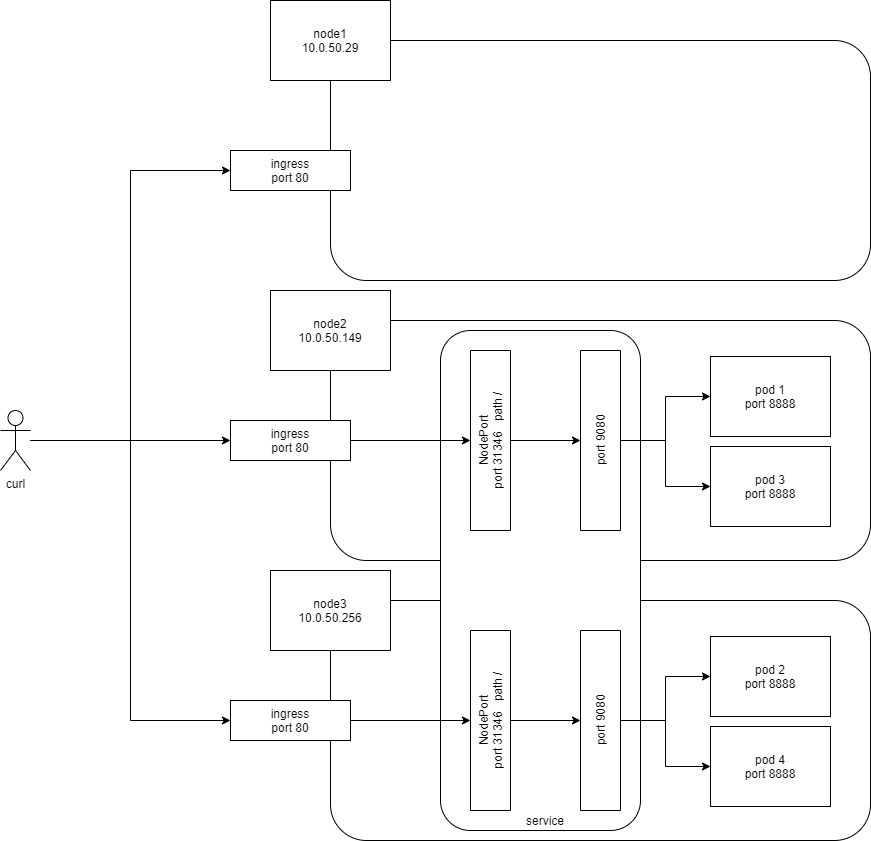
nicc777/kubernetes-from-scratch keeps this draw.io diagram as chapter_05/network_traffic.png. Above is the earlier version. Source tidied: cells renumbered, new cells last; positions are measured from the earlier drawing's top-left corner, leaving out a move shared by most shapes. The source it was exported from:
```xml
<mxGraphModel>
  <root>
    <mxCell id="0" />
    <mxCell id="1" parent="0" />
    <mxCell id="2" style="rounded=1;whiteSpace=wrap;html=1;" parent="1" vertex="1">
      <mxGeometry x="330" y="600" width="540" height="240" as="geometry" />
    </mxCell>
    <mxCell id="3" style="rounded=1;whiteSpace=wrap;html=1;" parent="1" vertex="1">
      <mxGeometry x="330" y="320" width="540" height="240" as="geometry" />
    </mxCell>
    <mxCell id="4" style="rounded=1;whiteSpace=wrap;html=1;" parent="1" vertex="1">
      <mxGeometry x="440" y="330" width="200" height="500" as="geometry" />
    </mxCell>
    <mxCell id="5" style="rounded=1;whiteSpace=wrap;html=1;" parent="1" vertex="1">
      <mxGeometry x="330" y="40" width="540" height="240" as="geometry" />
    </mxCell>
    <mxCell id="6" value="node1&lt;br&gt;10.0.50.29" style="rounded=0;whiteSpace=wrap;html=1;" parent="1" vertex="1">
      <mxGeometry x="270" width="120" height="80" as="geometry" />
    </mxCell>
    <mxCell id="7" value="node3&lt;br&gt;10.0.50.256" style="rounded=0;whiteSpace=wrap;html=1;" parent="1" vertex="1">
      <mxGeometry x="270" y="570" width="120" height="80" as="geometry" />
    </mxCell>
    <mxCell id="8" value="node2&lt;br&gt;10.0.50.149" style="rounded=0;whiteSpace=wrap;html=1;" parent="1" vertex="1">
      <mxGeometry x="270" y="290" width="120" height="80" as="geometry" />
    </mxCell>
    <mxCell id="9" value="pod 1&lt;br&gt;port 8888" style="rounded=0;whiteSpace=wrap;html=1;" parent="1" vertex="1">
      <mxGeometry x="710" y="356" width="120" height="80" as="geometry" />
    </mxCell>
    <mxCell id="10" value="pod 3&lt;br&gt;port 8888" style="rounded=0;whiteSpace=wrap;html=1;" parent="1" vertex="1">
      <mxGeometry x="710" y="446" width="120" height="80" as="geometry" />
    </mxCell>
    <mxCell id="11" value="pod 2&lt;br&gt;port 8888" style="rounded=0;whiteSpace=wrap;html=1;" parent="1" vertex="1">
      <mxGeometry x="710" y="636" width="120" height="80" as="geometry" />
    </mxCell>
    <mxCell id="12" value="pod 4&lt;br&gt;port 8888" style="rounded=0;whiteSpace=wrap;html=1;" parent="1" vertex="1">
      <mxGeometry x="710" y="726" width="120" height="80" as="geometry" />
    </mxCell>
    <mxCell id="13" style="edgeStyle=orthogonalEdgeStyle;rounded=0;jettySize=auto;html=1;entryX=0.5;entryY=0;entryDx=0;entryDy=0;" parent="1" edge="1" source="14" target="28">
      <mxGeometry relative="1" as="geometry" />
    </mxCell>
    <mxCell id="14" value="ingress&lt;br&gt;port 80" style="rounded=0;whiteSpace=wrap;html=1;" parent="1" vertex="1">
      <mxGeometry x="230" y="700" width="120" height="40" as="geometry" />
    </mxCell>
    <mxCell id="15" style="edgeStyle=orthogonalEdgeStyle;rounded=0;jettySize=auto;html=1;entryX=0.5;entryY=0;entryDx=0;entryDy=0;" parent="1" edge="1" source="16" target="26">
      <mxGeometry relative="1" as="geometry" />
    </mxCell>
    <mxCell id="16" value="ingress&lt;br&gt;port 80" style="rounded=0;whiteSpace=wrap;html=1;" parent="1" vertex="1">
      <mxGeometry x="230" y="420" width="120" height="40" as="geometry" />
    </mxCell>
    <mxCell id="17" value="ingress&lt;br&gt;port 80" style="rounded=0;whiteSpace=wrap;html=1;" parent="1" vertex="1">
      <mxGeometry x="230" y="150" width="120" height="40" as="geometry" />
    </mxCell>
    <mxCell id="18" style="edgeStyle=orthogonalEdgeStyle;rounded=0;jettySize=auto;html=1;entryX=0;entryY=0.5;entryDx=0;entryDy=0;" parent="1" edge="1" source="20" target="11">
      <mxGeometry relative="1" as="geometry" />
    </mxCell>
    <mxCell id="19" style="edgeStyle=orthogonalEdgeStyle;rounded=0;jettySize=auto;html=1;entryX=0;entryY=0.5;entryDx=0;entryDy=0;" parent="1" edge="1" source="20" target="12">
      <mxGeometry relative="1" as="geometry" />
    </mxCell>
    <mxCell id="20" value="port 9080" style="rounded=0;whiteSpace=wrap;html=1;rotation=-90;" parent="1" vertex="1">
      <mxGeometry x="510" y="700" width="180" height="40" as="geometry" />
    </mxCell>
    <mxCell id="21" style="edgeStyle=orthogonalEdgeStyle;rounded=0;jettySize=auto;html=1;entryX=0;entryY=0.5;entryDx=0;entryDy=0;" parent="1" edge="1" source="24" target="17">
      <mxGeometry relative="1" as="geometry" />
    </mxCell>
    <mxCell id="22" style="edgeStyle=orthogonalEdgeStyle;rounded=0;jettySize=auto;html=1;entryX=0;entryY=0.5;entryDx=0;entryDy=0;" parent="1" edge="1" source="24" target="16">
      <mxGeometry relative="1" as="geometry" />
    </mxCell>
    <mxCell id="23" style="edgeStyle=orthogonalEdgeStyle;rounded=0;jettySize=auto;html=1;entryX=0;entryY=0.5;entryDx=0;entryDy=0;" parent="1" edge="1" source="24" target="14">
      <mxGeometry relative="1" as="geometry" />
    </mxCell>
    <mxCell id="24" value="curl" style="shape=umlActor;verticalLabelPosition=bottom;verticalAlign=top;html=1;outlineConnect=0;" parent="1" vertex="1">
      <mxGeometry y="410" width="30" height="60" as="geometry" />
    </mxCell>
    <mxCell id="25" style="edgeStyle=orthogonalEdgeStyle;rounded=0;jettySize=auto;html=1;entryX=0.5;entryY=0;entryDx=0;entryDy=0;" parent="1" edge="1" source="26" target="31">
      <mxGeometry relative="1" as="geometry" />
    </mxCell>
    <mxCell id="26" value="NodePort&lt;br&gt;port 31346&amp;nbsp; &amp;nbsp;path /" style="rounded=0;whiteSpace=wrap;html=1;rotation=-90;" parent="1" vertex="1">
      <mxGeometry x="400" y="420" width="180" height="40" as="geometry" />
    </mxCell>
    <mxCell id="27" style="edgeStyle=orthogonalEdgeStyle;rounded=0;jettySize=auto;html=1;entryX=0.5;entryY=0;entryDx=0;entryDy=0;" parent="1" edge="1" source="28" target="20">
      <mxGeometry relative="1" as="geometry" />
    </mxCell>
    <mxCell id="28" value="NodePort&lt;br&gt;port 31346&amp;nbsp; &amp;nbsp;path /" style="rounded=0;whiteSpace=wrap;html=1;rotation=-90;" parent="1" vertex="1">
      <mxGeometry x="400" y="700" width="180" height="40" as="geometry" />
    </mxCell>
    <mxCell id="29" style="edgeStyle=orthogonalEdgeStyle;rounded=0;jettySize=auto;html=1;entryX=0;entryY=0.5;entryDx=0;entryDy=0;" parent="1" edge="1" source="31" target="9">
      <mxGeometry relative="1" as="geometry" />
    </mxCell>
    <mxCell id="30" style="edgeStyle=orthogonalEdgeStyle;rounded=0;jettySize=auto;html=1;entryX=0;entryY=0.5;entryDx=0;entryDy=0;" parent="1" edge="1" source="31" target="10">
      <mxGeometry relative="1" as="geometry" />
    </mxCell>
    <mxCell id="31" value="port 9080" style="rounded=0;whiteSpace=wrap;html=1;rotation=-90;" parent="1" vertex="1">
      <mxGeometry x="510" y="420" width="180" height="40" as="geometry" />
    </mxCell>
    <mxCell id="32" value="service" style="text;html=1;strokeColor=none;fillColor=none;align=center;verticalAlign=middle;whiteSpace=wrap;rounded=0;" parent="1" vertex="1">
      <mxGeometry x="525" y="810" width="40" height="20" as="geometry" />
    </mxCell>
  </root>
</mxGraphModel>
```
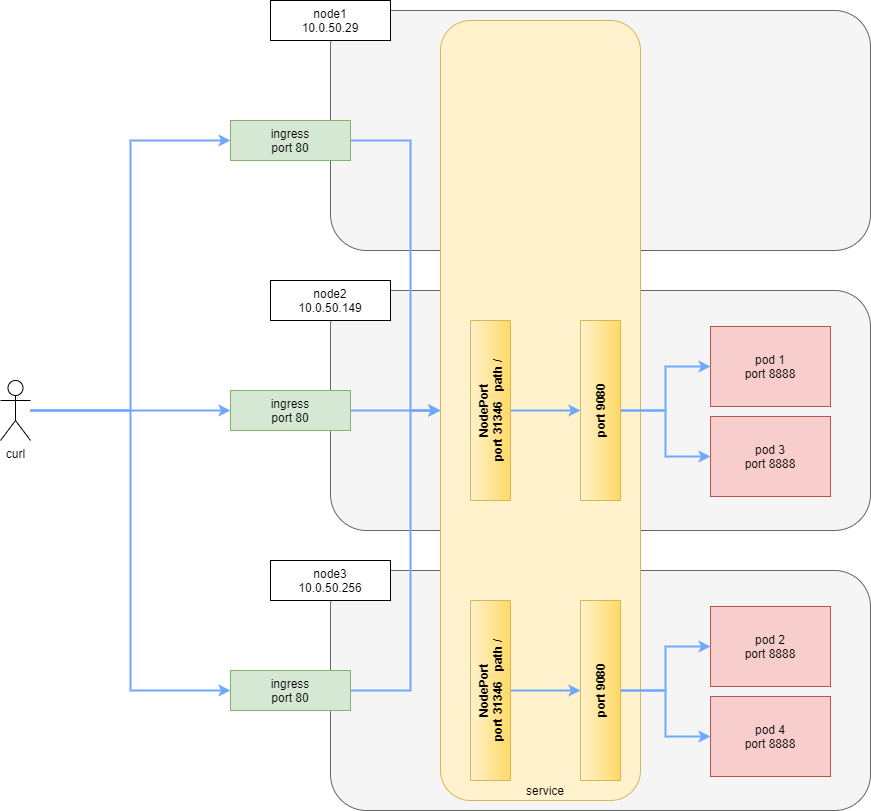
Later version of the same file.

Commit message:
Updated network traffic diagram

The edit, as a diff of the source:
```diff
@@ -2,98 +2,111 @@
   <root>
     <mxCell id="0" />
     <mxCell id="1" parent="0" />
-    <mxCell id="2" style="rounded=1;whiteSpace=wrap;html=1;" parent="1" vertex="1">
-      <mxGeometry x="330" y="600" width="540" height="240" as="geometry" />
+    <mxCell id="2" style="rounded=1;whiteSpace=wrap;html=1;fillColor=#f5f5f5;strokeColor=#666666;fontColor=#333333;" parent="1" vertex="1">
+      <mxGeometry x="330" y="40" width="540" height="240" as="geometry" />
     </mxCell>
-    <mxCell id="3" style="rounded=1;whiteSpace=wrap;html=1;" parent="1" vertex="1">
-      <mxGeometry x="330" y="320" width="540" height="240" as="geometry" />
+    <mxCell id="3" style="rounded=1;whiteSpace=wrap;html=1;fillColor=#f5f5f5;strokeColor=#666666;fontColor=#333333;" parent="1" vertex="1">
+      <mxGeometry x="330" y="600" width="540" height="240" as="geometry" />
     </mxCell>
-    <mxCell id="4" style="rounded=1;whiteSpace=wrap;html=1;" parent="1" vertex="1">
-      <mxGeometry x="440" y="330" width="200" height="500" as="geometry" />
+    <mxCell id="4" style="rounded=1;whiteSpace=wrap;html=1;fillColor=#f5f5f5;strokeColor=#666666;fontColor=#333333;" parent="1" vertex="1">
+      <mxGeometry x="330" y="320" width="540" height="240" as="geometry" />
     </mxCell>
-    <mxCell id="5" style="rounded=1;whiteSpace=wrap;html=1;" parent="1" vertex="1">
-      <mxGeometry x="330" y="40" width="540" height="240" as="geometry" />
+    <mxCell id="5" style="rounded=1;whiteSpace=wrap;html=1;fillColor=#fff2cc;strokeColor=#d6b656;" parent="1" vertex="1">
+      <mxGeometry x="440" y="50" width="200" height="780" as="geometry" />
     </mxCell>
     <mxCell id="6" value="node1&lt;br&gt;10.0.50.29" style="rounded=0;whiteSpace=wrap;html=1;" parent="1" vertex="1">
-      <mxGeometry x="270" width="120" height="80" as="geometry" />
+      <mxGeometry x="270" y="30" width="120" height="40" as="geometry" />
     </mxCell>
     <mxCell id="7" value="node3&lt;br&gt;10.0.50.256" style="rounded=0;whiteSpace=wrap;html=1;" parent="1" vertex="1">
-      <mxGeometry x="270" y="570" width="120" height="80" as="geometry" />
+      <mxGeometry x="270" y="590" width="120" height="40" as="geometry" />
     </mxCell>
     <mxCell id="8" value="node2&lt;br&gt;10.0.50.149" style="rounded=0;whiteSpace=wrap;html=1;" parent="1" vertex="1">
-      <mxGeometry x="270" y="290" width="120" height="80" as="geometry" />
+      <mxGeometry x="270" y="310" width="120" height="40" as="geometry" />
     </mxCell>
-    <mxCell id="9" value="pod 1&lt;br&gt;port 8888" style="rounded=0;whiteSpace=wrap;html=1;" parent="1" vertex="1">
+    <mxCell id="9" value="pod 1&lt;br&gt;port 8888" style="rounded=0;whiteSpace=wrap;html=1;fillColor=#f8cecc;strokeColor=#b85450;" parent="1" vertex="1">
       <mxGeometry x="710" y="356" width="120" height="80" as="geometry" />
     </mxCell>
-    <mxCell id="10" value="pod 3&lt;br&gt;port 8888" style="rounded=0;whiteSpace=wrap;html=1;" parent="1" vertex="1">
+    <mxCell id="10" value="pod 3&lt;br&gt;port 8888" style="rounded=0;whiteSpace=wrap;html=1;fillColor=#f8cecc;strokeColor=#b85450;" parent="1" vertex="1">
       <mxGeometry x="710" y="446" width="120" height="80" as="geometry" />
     </mxCell>
-    <mxCell id="11" value="pod 2&lt;br&gt;port 8888" style="rounded=0;whiteSpace=wrap;html=1;" parent="1" vertex="1">
+    <mxCell id="11" value="pod 2&lt;br&gt;port 8888" style="rounded=0;whiteSpace=wrap;html=1;fillColor=#f8cecc;strokeColor=#b85450;" parent="1" vertex="1">
       <mxGeometry x="710" y="636" width="120" height="80" as="geometry" />
     </mxCell>
-    <mxCell id="12" value="pod 4&lt;br&gt;port 8888" style="rounded=0;whiteSpace=wrap;html=1;" parent="1" vertex="1">
+    <mxCell id="12" value="pod 4&lt;br&gt;port 8888" style="rounded=0;whiteSpace=wrap;html=1;fillColor=#f8cecc;strokeColor=#b85450;" parent="1" vertex="1">
       <mxGeometry x="710" y="726" width="120" height="80" as="geometry" />
     </mxCell>
-    <mxCell id="13" style="edgeStyle=orthogonalEdgeStyle;rounded=0;jettySize=auto;html=1;entryX=0.5;entryY=0;entryDx=0;entryDy=0;" parent="1" edge="1" source="14" target="28">
-      <mxGeometry relative="1" as="geometry" />
+    <mxCell id="13" style="edgeStyle=orthogonalEdgeStyle;rounded=0;jettySize=auto;html=1;entryX=0;entryY=0.5;entryDx=0;entryDy=0;strokeWidth=2;strokeColor=#6EA8FF;" parent="1" edge="1" source="14" target="5">
+      <mxGeometry relative="1" as="geometry">
+        <Array as="points">
+          <mxPoint x="410" y="720" />
+          <mxPoint x="410" y="440" />
+        </Array>
+      </mxGeometry>
     </mxCell>
-    <mxCell id="14" value="ingress&lt;br&gt;port 80" style="rounded=0;whiteSpace=wrap;html=1;" parent="1" vertex="1">
+    <mxCell id="14" value="ingress&lt;br&gt;port 80" style="rounded=0;whiteSpace=wrap;html=1;fillColor=#d5e8d4;strokeColor=#82b366;" parent="1" vertex="1">
       <mxGeometry x="230" y="700" width="120" height="40" as="geometry" />
     </mxCell>
-    <mxCell id="15" style="edgeStyle=orthogonalEdgeStyle;rounded=0;jettySize=auto;html=1;entryX=0.5;entryY=0;entryDx=0;entryDy=0;" parent="1" edge="1" source="16" target="26">
+    <mxCell id="15" style="edgeStyle=orthogonalEdgeStyle;rounded=0;jettySize=auto;html=1;entryX=0;entryY=0.5;entryDx=0;entryDy=0;strokeWidth=2;strokeColor=#6EA8FF;" parent="1" edge="1" source="16" target="5">
       <mxGeometry relative="1" as="geometry" />
     </mxCell>
-    <mxCell id="16" value="ingress&lt;br&gt;port 80" style="rounded=0;whiteSpace=wrap;html=1;" parent="1" vertex="1">
+    <mxCell id="16" value="ingress&lt;br&gt;port 80" style="rounded=0;whiteSpace=wrap;html=1;fillColor=#d5e8d4;strokeColor=#82b366;" parent="1" vertex="1">
       <mxGeometry x="230" y="420" width="120" height="40" as="geometry" />
     </mxCell>
-    <mxCell id="17" value="ingress&lt;br&gt;port 80" style="rounded=0;whiteSpace=wrap;html=1;" parent="1" vertex="1">
-      <mxGeometry x="230" y="150" width="120" height="40" as="geometry" />
+    <mxCell id="17" style="edgeStyle=orthogonalEdgeStyle;rounded=0;jettySize=auto;html=1;entryX=0;entryY=0.5;entryDx=0;entryDy=0;strokeWidth=2;strokeColor=#6EA8FF;" parent="1" edge="1" source="18" target="5">
+      <mxGeometry relative="1" as="geometry">
+        <Array as="points">
+          <mxPoint x="410" y="170" />
+          <mxPoint x="410" y="440" />
+        </Array>
+      </mxGeometry>
     </mxCell>
-    <mxCell id="18" style="edgeStyle=orthogonalEdgeStyle;rounded=0;jettySize=auto;html=1;entryX=0;entryY=0.5;entryDx=0;entryDy=0;" parent="1" edge="1" source="20" target="11">
-      <mxGeometry relative="1" as="geometry" />
+    <mxCell id="18" value="ingress&lt;br&gt;port 80" style="rounded=0;whiteSpace=wrap;html=1;fillColor=#d5e8d4;strokeColor=#82b366;" parent="1" vertex="1">
+      <mxGeometry x="230" y="150" width="120" height="40" as="geometry" />
     </mxCell>
-    <mxCell id="19" style="edgeStyle=orthogonalEdgeStyle;rounded=0;jettySize=auto;html=1;entryX=0;entryY=0.5;entryDx=0;entryDy=0;" parent="1" edge="1" source="20" target="12">
+    <mxCell id="19" style="edgeStyle=orthogonalEdgeStyle;rounded=0;jettySize=auto;html=1;entryX=0;entryY=0.5;entryDx=0;entryDy=0;strokeWidth=2;strokeColor=#6EA8FF;" parent="1" edge="1" source="21" target="11">
       <mxGeometry relative="1" as="geometry" />
     </mxCell>
-    <mxCell id="20" value="port 9080" style="rounded=0;whiteSpace=wrap;html=1;rotation=-90;" parent="1" vertex="1">
-      <mxGeometry x="510" y="700" width="180" height="40" as="geometry" />
+    <mxCell id="20" style="edgeStyle=orthogonalEdgeStyle;rounded=0;jettySize=auto;html=1;entryX=0;entryY=0.5;entryDx=0;entryDy=0;strokeWidth=2;strokeColor=#6EA8FF;" parent="1" edge="1" source="21" target="12">
+      <mxGeometry relative="1" as="geometry" />
     </mxCell>
-    <mxCell id="21" style="edgeStyle=orthogonalEdgeStyle;rounded=0;jettySize=auto;html=1;entryX=0;entryY=0.5;entryDx=0;entryDy=0;" parent="1" edge="1" source="24" target="17">
-      <mxGeometry relative="1" as="geometry" />
+    <mxCell id="21" value="port 9080" style="rounded=0;whiteSpace=wrap;html=1;rotation=-90;gradientColor=#ffd966;fillColor=#fff2cc;strokeColor=#d6b656;fontStyle=1;" parent="1" vertex="1">
+      <mxGeometry x="510" y="700" width="180" height="40" as="geometry" />
     </mxCell>
-    <mxCell id="22" style="edgeStyle=orthogonalEdgeStyle;rounded=0;jettySize=auto;html=1;entryX=0;entryY=0.5;entryDx=0;entryDy=0;" parent="1" edge="1" source="24" target="16">
+    <mxCell id="22" style="edgeStyle=orthogonalEdgeStyle;rounded=0;jettySize=auto;html=1;entryX=0;entryY=0.5;entryDx=0;entryDy=0;strokeWidth=2;strokeColor=#6EA8FF;" parent="1" edge="1" source="25" target="18">
       <mxGeometry relative="1" as="geometry" />
     </mxCell>
-    <mxCell id="23" style="edgeStyle=orthogonalEdgeStyle;rounded=0;jettySize=auto;html=1;entryX=0;entryY=0.5;entryDx=0;entryDy=0;" parent="1" edge="1" source="24" target="14">
+    <mxCell id="23" style="edgeStyle=orthogonalEdgeStyle;rounded=0;jettySize=auto;html=1;entryX=0;entryY=0.5;entryDx=0;entryDy=0;strokeWidth=2;strokeColor=#6EA8FF;" parent="1" edge="1" source="25" target="16">
       <mxGeometry relative="1" as="geometry" />
     </mxCell>
-    <mxCell id="24" value="curl" style="shape=umlActor;verticalLabelPosition=bottom;verticalAlign=top;html=1;outlineConnect=0;" parent="1" vertex="1">
-      <mxGeometry y="410" width="30" height="60" as="geometry" />
+    <mxCell id="24" style="edgeStyle=orthogonalEdgeStyle;rounded=0;jettySize=auto;html=1;entryX=0;entryY=0.5;entryDx=0;entryDy=0;strokeWidth=2;strokeColor=#6EA8FF;" parent="1" edge="1" source="25" target="14">
+      <mxGeometry relative="1" as="geometry" />
     </mxCell>
-    <mxCell id="25" style="edgeStyle=orthogonalEdgeStyle;rounded=0;jettySize=auto;html=1;entryX=0.5;entryY=0;entryDx=0;entryDy=0;" parent="1" edge="1" source="26" target="31">
-      <mxGeometry relative="1" as="geometry" />
+    <mxCell id="25" value="curl" style="shape=umlActor;verticalLabelPosition=bottom;verticalAlign=top;html=1;outlineConnect=0;" parent="1" vertex="1">
+      <mxGeometry y="410" width="30" height="60" as="geometry" />
     </mxCell>
-    <mxCell id="26" value="NodePort&lt;br&gt;port 31346&amp;nbsp; &amp;nbsp;path /" style="rounded=0;whiteSpace=wrap;html=1;rotation=-90;" parent="1" vertex="1">
-      <mxGeometry x="400" y="420" width="180" height="40" as="geometry" />
+    <mxCell id="26" style="edgeStyle=orthogonalEdgeStyle;rounded=0;jettySize=auto;html=1;entryX=0.5;entryY=0;entryDx=0;entryDy=0;strokeWidth=2;strokeColor=#6EA8FF;" parent="1" edge="1" source="27" target="32">
+      <mxGeometry relative="1" as="geometry" />
     </mxCell>
-    <mxCell id="27" style="edgeStyle=orthogonalEdgeStyle;rounded=0;jettySize=auto;html=1;entryX=0.5;entryY=0;entryDx=0;entryDy=0;" parent="1" edge="1" source="28" target="20">
-      <mxGeometry relative="1" as="geometry" />
+    <mxCell id="27" value="NodePort&lt;br&gt;port 31346&amp;nbsp; &amp;nbsp;path /" style="rounded=0;whiteSpace=wrap;html=1;rotation=-90;gradientColor=#ffd966;fillColor=#fff2cc;strokeColor=#d6b656;fontStyle=1;" parent="1" vertex="1">
+      <mxGeometry x="400" y="420" width="180" height="40" as="geometry" />
     </mxCell>
-    <mxCell id="28" value="NodePort&lt;br&gt;port 31346&amp;nbsp; &amp;nbsp;path /" style="rounded=0;whiteSpace=wrap;html=1;rotation=-90;" parent="1" vertex="1">
-      <mxGeometry x="400" y="700" width="180" height="40" as="geometry" />
+    <mxCell id="28" style="edgeStyle=orthogonalEdgeStyle;rounded=0;jettySize=auto;html=1;entryX=0.5;entryY=0;entryDx=0;entryDy=0;strokeWidth=2;strokeColor=#6EA8FF;" parent="1" edge="1" source="29" target="21">
+      <mxGeometry relative="1" as="geometry" />
     </mxCell>
-    <mxCell id="29" style="edgeStyle=orthogonalEdgeStyle;rounded=0;jettySize=auto;html=1;entryX=0;entryY=0.5;entryDx=0;entryDy=0;" parent="1" edge="1" source="31" target="9">
-      <mxGeometry relative="1" as="geometry" />
+    <mxCell id="29" value="NodePort&lt;br&gt;port 31346&amp;nbsp; &amp;nbsp;path /" style="rounded=0;whiteSpace=wrap;html=1;rotation=-90;gradientColor=#ffd966;fillColor=#fff2cc;strokeColor=#d6b656;fontStyle=1;" parent="1" vertex="1">
+      <mxGeometry x="400" y="700" width="180" height="40" as="geometry" />
     </mxCell>
-    <mxCell id="30" style="edgeStyle=orthogonalEdgeStyle;rounded=0;jettySize=auto;html=1;entryX=0;entryY=0.5;entryDx=0;entryDy=0;" parent="1" edge="1" source="31" target="10">
+    <mxCell id="30" style="edgeStyle=orthogonalEdgeStyle;rounded=0;jettySize=auto;html=1;entryX=0;entryY=0.5;entryDx=0;entryDy=0;strokeWidth=2;strokeColor=#6EA8FF;" parent="1" edge="1" source="32" target="9">
       <mxGeometry relative="1" as="geometry" />
     </mxCell>
-    <mxCell id="31" value="port 9080" style="rounded=0;whiteSpace=wrap;html=1;rotation=-90;" parent="1" vertex="1">
-      <mxGeometry x="510" y="420" width="180" height="40" as="geometry" />
+    <mxCell id="31" style="edgeStyle=orthogonalEdgeStyle;rounded=0;jettySize=auto;html=1;entryX=0;entryY=0.5;entryDx=0;entryDy=0;strokeWidth=2;strokeColor=#6EA8FF;" parent="1" edge="1" source="32" target="10">
+      <mxGeometry relative="1" as="geometry" />
     </mxCell>
-    <mxCell id="32" value="service" style="text;html=1;strokeColor=none;fillColor=none;align=center;verticalAlign=middle;whiteSpace=wrap;rounded=0;" parent="1" vertex="1">
-      <mxGeometry x="525" y="810" width="40" height="20" as="geometry" />
+    <mxCell id="32" value="port 9080" style="rounded=0;whiteSpace=wrap;html=1;rotation=-90;gradientColor=#ffd966;fillColor=#fff2cc;strokeColor=#d6b656;fontStyle=1;" parent="1" vertex="1">
+      <mxGeometry x="510" y="420" width="180" height="40" as="geometry" />
     </mxCell>
+    <mxCell id="33" value="service" style="text;html=1;strokeColor=none;fillColor=none;align=center;verticalAlign=middle;whiteSpace=wrap;rounded=0;" parent="1" vertex="1">
+      <mxGeometry x="525" y="810" width="40" height="20" as="geometry" />
+    </mxCell>
   </root>
 </mxGraphModel>
```
